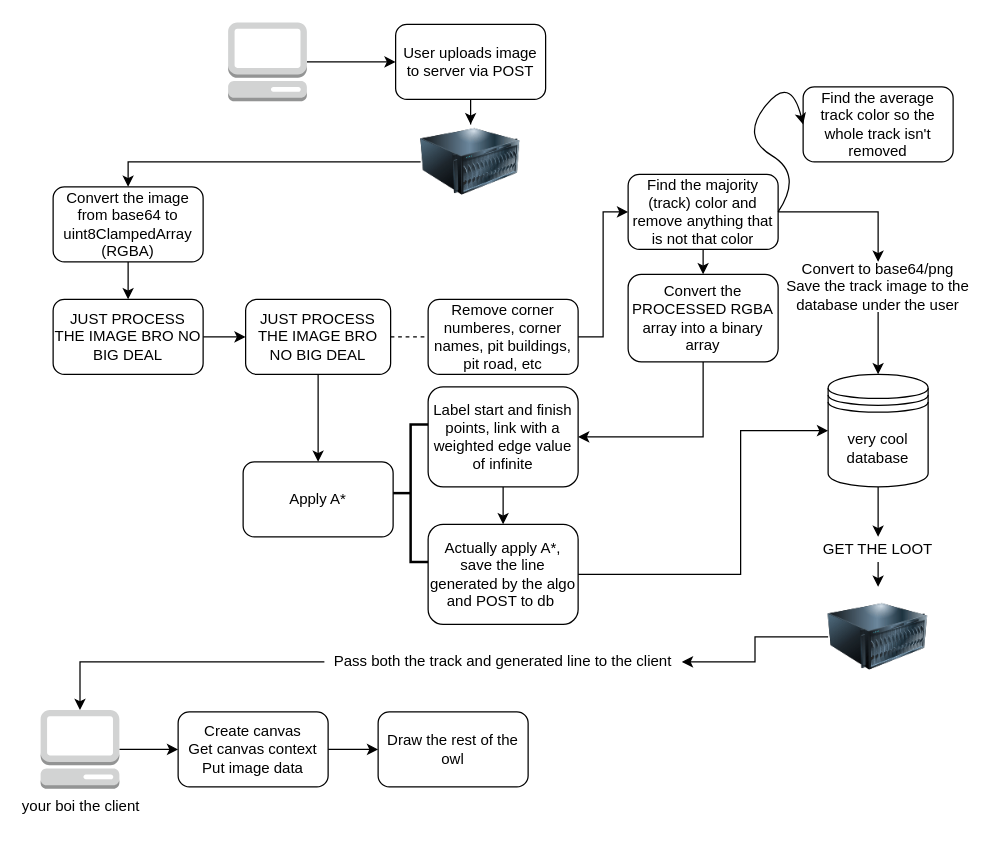
The draw.io diagram imageLogic.drawio in JoshLo1995/MTMF-v2, before the edit. Source tidied: cells renumbered, new cells numbered last; positions are measured from the earlier drawing's top-left corner, leaving out a move shared by most shapes. Both pictures are drawn from the tidied source at 125%, with x=0, y=0 at pixel (40, 21).
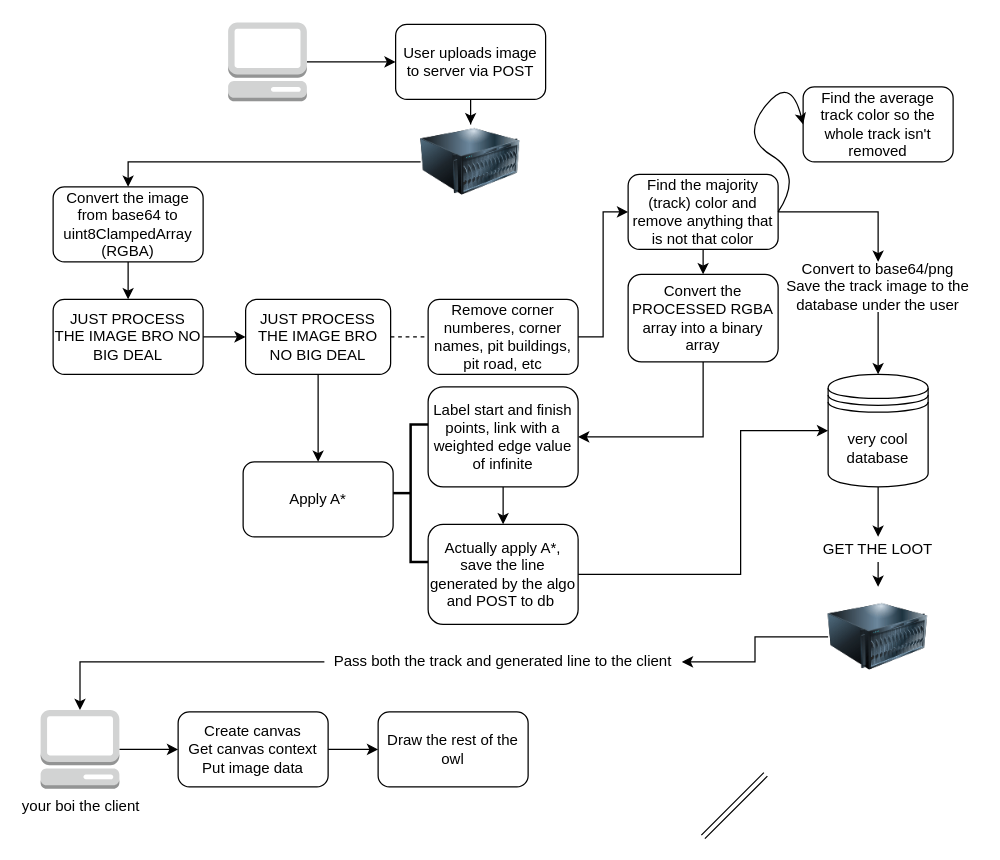
The same page after the edit.

Diff of the diagram source:
```diff
@@
+    <mxCell id="45" style="shape=link;html=1;" parent="1" edge="1">
+      <mxGeometry relative="1" as="geometry">
+        <mxPoint x="530" y="652" as="sourcePoint" />
+        <mxPoint x="580" y="602" as="targetPoint" />
+      </mxGeometry>
+    </mxCell>
```
